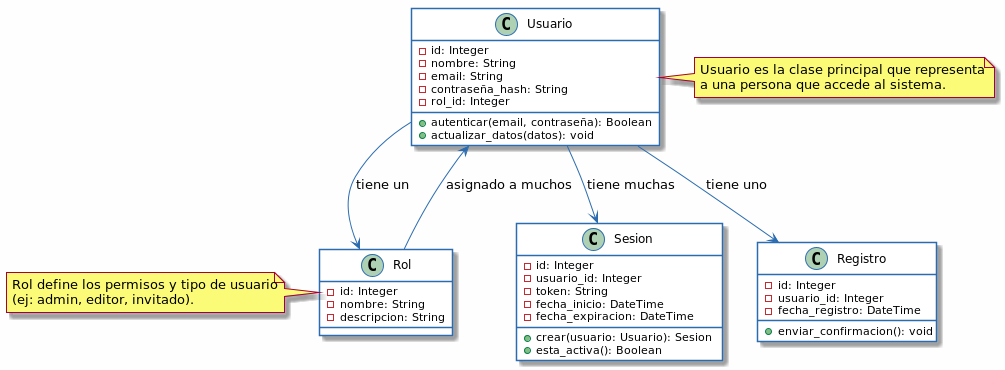
Above: docs/pics/class_diagram.png in pepeul1191/rails-innova (PlantUML), before the change. Its source is kept beside it as docs/class_diagram.puml. The source it was exported from:
```plantuml
@startuml

class Slider {
  - id: Integer
  - title: String
  - subtitle: String
  - imageUrl: String
  - activityUrl: String
  - created: Datetime
  - updated: Datetime
}

class Mentor {
  - id: Integer
  - fullName: String
  - charge: String
  - email: String
  - imageUrl: String
  - created: Datetime
  - updated: Datetime
}

class MentorSpecialism{
  - id: Integer
  - mentorId: Integer
  - specialismId: Integer
}

class Specialism{
  - id: Integer
  - name: String
  - created: Datetime
  - updated: Datetime
}

Mentor --* MentorSpecialism
Specialism --* MentorSpecialism

@enduml
```
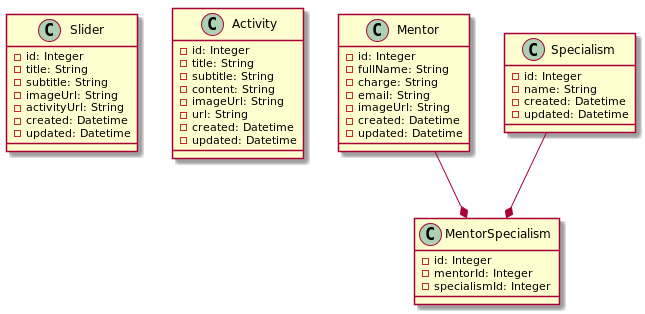
After the change.

Change to the diagram source:
```diff
@@ -6,6 +6,17 @@
   - subtitle: String
   - imageUrl: String
   - activityUrl: String
+  - created: Datetime
+  - updated: Datetime
+}
+
+class Activity {
+  - id: Integer
+  - title: String
+  - subtitle: String
+  - content: String
+  - imageUrl: String
+  - url: String
   - created: Datetime
   - updated: Datetime
 }
```
